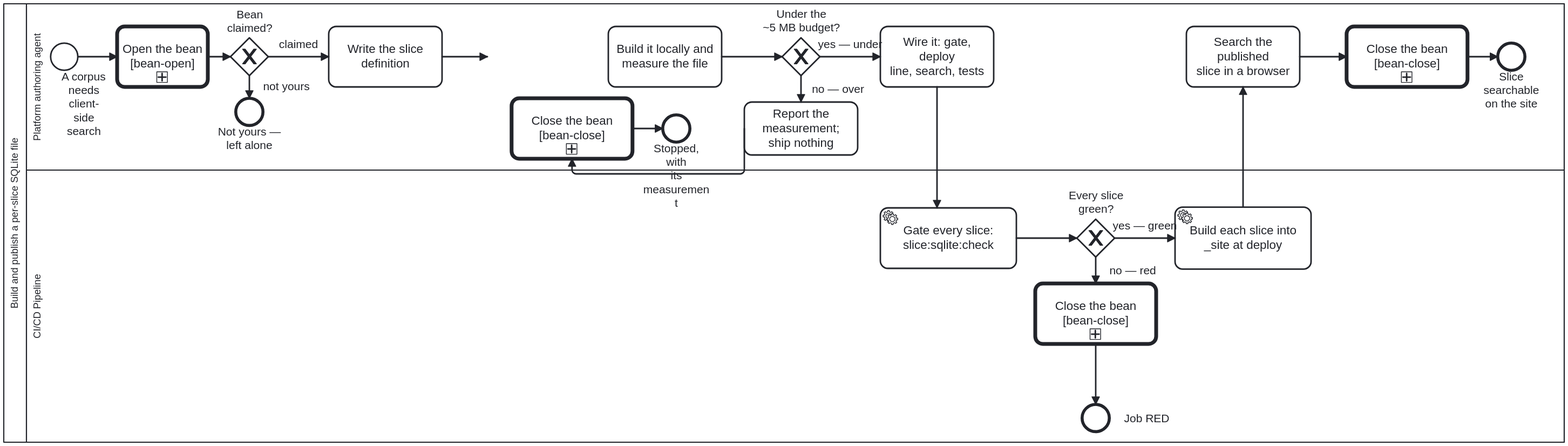
Before: docs/assets/img/workflows/slice-sqlite-publish.svg, a diagram exported from BPMN (litlfred/cat-harness). Its source is kept beside it as processes/kg/slice-sqlite-publish.bpmn. Ids are renumbered.
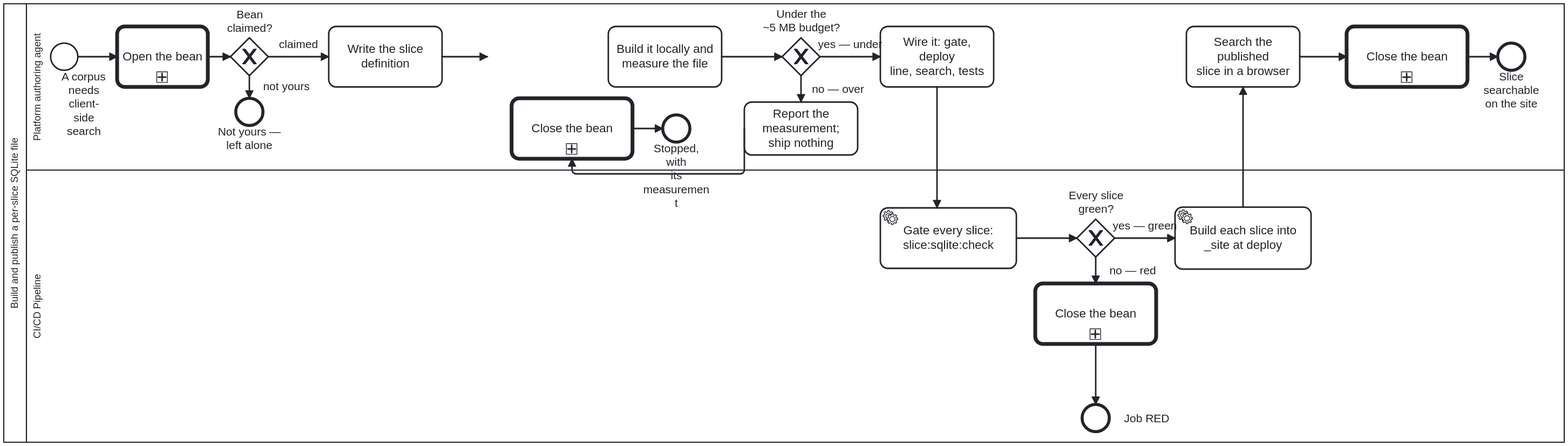
The same file after the commit.

Change to the diagram source:
```diff
@@ -140,7 +140,7 @@
     <bpmn:endEvent id="End_Shipped" name="Slice searchable&#10;on the site">
       <bpmn:incoming>SF_Bean_5</bpmn:incoming>
     </bpmn:endEvent>
-    <bpmn:callActivity id="Call_BeanOpen" name="Open the bean&#10;[bean-open]" calledElement="Process_BeanOpen">
+    <bpmn:callActivity id="Call_BeanOpen" name="Open the bean" calledElement="Process_BeanOpen">
       <bpmn:documentation>Process_BeanOpen: check before you create, find out whose the bean is, and claim it — or leave it alone when it is someone else's. The one place a claim is drawn (bean m8gz, owner 2026-10-24); the gateway after this reads which end it reached.</bpmn:documentation>
       <bpmn:extensionElements><bootstrap.processes:skill ref="bean-coordination"/></bpmn:extensionElements>
       <bpmn:incoming>Flow_0</bpmn:incoming>
@@ -156,19 +156,19 @@
       <bpmn:documentation>Someone else holds the bean; this run stops without touching it.</bpmn:documentation>
       <bpmn:incoming>SF_Bean_3</bpmn:incoming>
     </bpmn:endEvent>
-    <bpmn:callActivity id="Call_BeanClose" name="Close the bean&#10;[bean-close]" calledElement="Process_BeanClose">
+    <bpmn:callActivity id="Call_BeanClose" name="Close the bean" calledElement="Process_BeanClose">
       <bpmn:documentation>Process_BeanClose: end the bean in a state that says why — complete and archive it, scrap it with its reasons and archive it, or record the blocker and hand it back. The one place resolve and archive are drawn (bean m8gz, owner 2026-10-24); placed straight before the end so the engine's resolve sees nothing left but the archive step.</bpmn:documentation>
       <bpmn:extensionElements><bootstrap.processes:skill ref="todo-manager"/></bpmn:extensionElements>
       <bpmn:incoming>Flow_9</bpmn:incoming>
       <bpmn:outgoing>SF_Bean_4</bpmn:outgoing>
     </bpmn:callActivity>
-    <bpmn:callActivity id="Call_BeanClose_2" name="Close the bean&#10;[bean-close]" calledElement="Process_BeanClose">
+    <bpmn:callActivity id="Call_BeanClose_2" name="Close the bean" calledElement="Process_BeanClose">
       <bpmn:documentation>Process_BeanClose: end the bean in a state that says why — complete and archive it, scrap it with its reasons and archive it, or record the blocker and hand it back. The one place resolve and archive are drawn (bean m8gz, owner 2026-10-24); placed straight before the end so the engine's resolve sees nothing left but the archive step.</bpmn:documentation>
       <bpmn:extensionElements><bootstrap.processes:skill ref="todo-manager"/></bpmn:extensionElements>
       <bpmn:incoming>Flow_11</bpmn:incoming>
       <bpmn:outgoing>SF_Bean_5</bpmn:outgoing>
     </bpmn:callActivity>
-    <bpmn:callActivity id="Call_BeanClose_3" name="Close the bean&#10;[bean-close]" calledElement="Process_BeanClose">
+    <bpmn:callActivity id="Call_BeanClose_3" name="Close the bean" calledElement="Process_BeanClose">
       <bpmn:documentation>Process_BeanClose: end the bean in a state that says why — complete and archive it, scrap it with its reasons and archive it, or record the blocker and hand it back. The one place resolve and archive are drawn (bean m8gz, owner 2026-10-24); placed straight before the end so the engine's resolve sees nothing left but the archive step.</bpmn:documentation>
       <bpmn:extensionElements><bootstrap.processes:skill ref="todo-manager"/></bpmn:extensionElements>
       <bpmn:incoming>Flow_5</bpmn:incoming>
```
